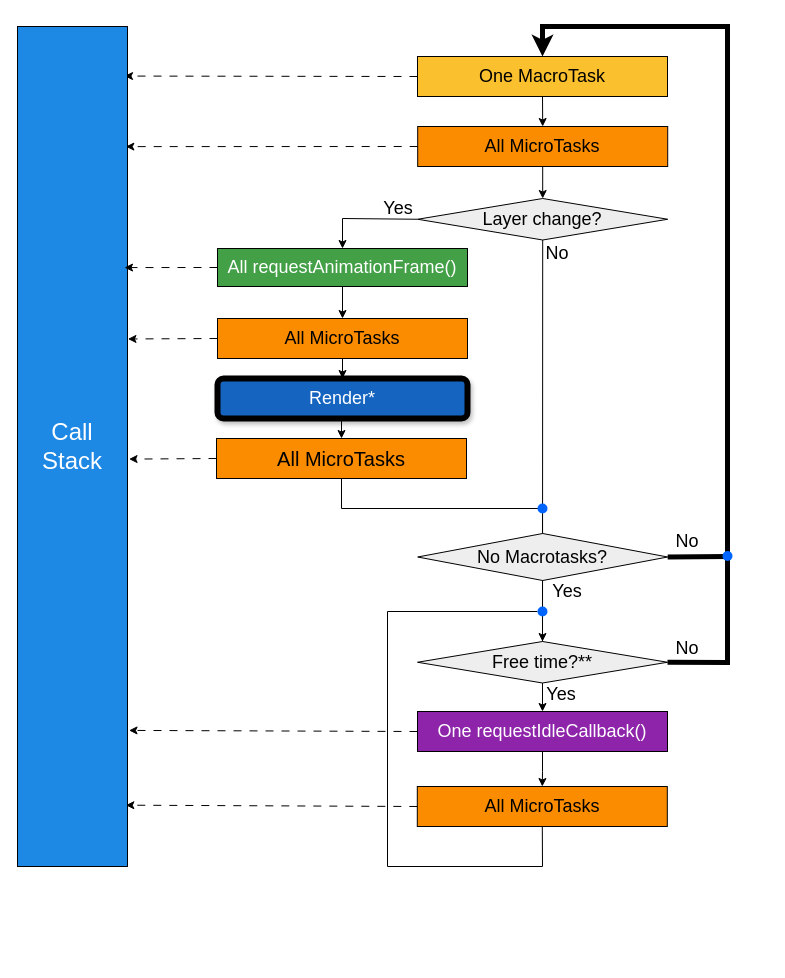
Before: EventLoop.drawio in alexindima/JavaScript_Event_Loop, a draw.io diagram. Source tidied: cells renumbered, new cells numbered last; positions are measured from the earlier drawing's top-left corner, leaving out a move shared by most shapes. Both pictures are drawn from the tidied source at 100%, with x=0, y=0 at pixel (17, 26).
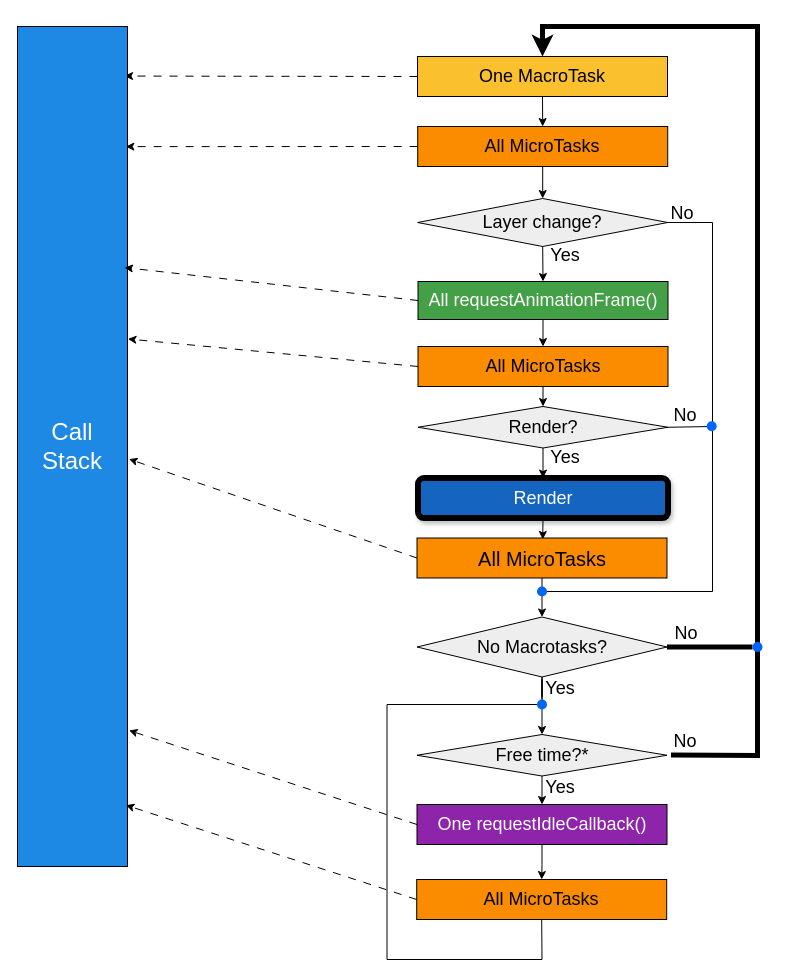
The same diagram, later.

Commit message (it also covers changes not shown here):
Rename files and update event loop diagram layout

The change refers to these unchanged cells:
```xml
<mxCell id="3" value="&lt;font style=&quot;font-size: 18px;&quot;&gt;One MacroTask&lt;/font&gt;" style="rounded=0;whiteSpace=wrap;html=1;fillColor=#FBC02D;" parent="1" vertex="1">
  <mxGeometry x="400" y="30" width="250" height="40" as="geometry" />
</mxCell>
```

Change to the diagram source:
```diff
@@
+    <mxCell id="44" style="endArrow=classic;html=1;rounded=0;exitX=0.5;exitY=1;exitDx=0;exitDy=0;entryX=0.5;entryY=0;entryDx=0;entryDy=0;" parent="1" edge="1" source="38" target="17">
+      <mxGeometry relative="1" as="geometry" />
+    </mxCell>
+    <mxCell id="45" style="endArrow=classic;html=1;rounded=0;exitX=0.5;exitY=1;exitDx=0;exitDy=0;entryX=0.5;entryY=0;entryDx=0;entryDy=0;" parent="1" edge="1" source="32" target="38">
+      <mxGeometry relative="1" as="geometry" />
+    </mxCell>
@@
+    <mxCell id="36" style="shape=ellipse;fillColor=#0065FF;strokeColor=none;html=1;sketch=0;" parent="1" vertex="1">
+      <mxGeometry x="519.5" y="560" width="10" height="10" as="geometry" />
+    </mxCell>
@@
     <mxCell id="5" value="&lt;font style=&quot;font-size: 18px;&quot;&gt;All MicroTasks&lt;/font&gt;" style="rounded=0;whiteSpace=wrap;html=1;fillColor=#FB8C00;" parent="1" vertex="1">
-      <mxGeometry x="399.8" y="760" width="250" height="40" as="geometry" />
+      <mxGeometry x="399.2" y="853" width="250" height="40" as="geometry" />
     </mxCell>
@@
     <mxCell id="10" value="&lt;font style=&quot;font-size: 18px;&quot;&gt;Layer&lt;span style=&quot;&quot;&gt; &lt;/span&gt;&lt;span style=&quot;&quot; class=&quot;EzKURWReUAB5oZgtQNkl&quot;&gt;change&lt;/span&gt;&lt;span style=&quot;&quot; class=&quot;EzKURWReUAB5oZgtQNkl&quot;&gt;?&lt;/span&gt;&lt;/font&gt;" style="rhombus;whiteSpace=wrap;html=1;fillColor=#EEEEEE;" parent="1" vertex="1">
-      <mxGeometry x="400.2" y="172" width="250" height="41.5" as="geometry" />
+      <mxGeometry x="400.2" y="172" width="250" height="48" as="geometry" />
     </mxCell>
@@
     <mxCell id="12" value="&lt;font style=&quot;font-size: 18px; color: rgb(255, 255, 255);&quot;&gt;All requestAnimationFrame()&lt;/font&gt;" style="rounded=0;whiteSpace=wrap;html=1;fillColor=#43A047;" parent="1" vertex="1">
-      <mxGeometry x="200" y="222" width="250" height="38" as="geometry" />
+      <mxGeometry x="400.5" y="255" width="250" height="38" as="geometry" />
     </mxCell>
-    <mxCell id="13" style="endArrow=classic;html=1;rounded=0;entryX=0.5;entryY=0;entryDx=0;entryDy=0;exitX=0;exitY=0.5;exitDx=0;exitDy=0;" parent="1" edge="1" source="10" target="12">
-      <mxGeometry relative="1" as="geometry">
-        <Array as="points">
-          <mxPoint x="325" y="192" />
-        </Array>
-      </mxGeometry>
+    <mxCell id="13" style="endArrow=classic;html=1;rounded=0;entryX=0.5;entryY=0;entryDx=0;entryDy=0;exitX=0.5;exitY=1;exitDx=0;exitDy=0;" parent="1" edge="1" source="10" target="12">
+      <mxGeometry relative="1" as="geometry" />
     </mxCell>
     <mxCell id="14" value="&lt;font style=&quot;font-size: 18px;&quot;&gt;Yes&lt;/font&gt;" style="text;html=1;align=center;verticalAlign=middle;whiteSpace=wrap;rounded=0;" parent="1" vertex="1">
-      <mxGeometry x="351" y="167" width="60" height="30" as="geometry" />
+      <mxGeometry x="517.5" y="213.6" width="60" height="30" as="geometry" />
     </mxCell>
-    <mxCell id="15" style="edgeStyle=orthogonalEdgeStyle;rounded=0;jettySize=auto;html=1;exitX=0.5;exitY=1;exitDx=0;exitDy=0;entryX=0.5;entryY=0;entryDx=0;entryDy=0;" parent="1" edge="1" source="16" target="25">
-      <mxGeometry relative="1" as="geometry" />
-    </mxCell>
     <mxCell id="16" value="&lt;font style=&quot;font-size: 18px;&quot;&gt;All MicroTasks&lt;/font&gt;" style="rounded=0;whiteSpace=wrap;html=1;fillColor=#FB8C00;" parent="1" vertex="1">
-      <mxGeometry x="200" y="292" width="250" height="40" as="geometry" />
+      <mxGeometry x="400.5" y="320" width="250" height="40" as="geometry" />
     </mxCell>
-    <mxCell id="17" value="&lt;font style=&quot;font-size: 18px;&quot;&gt;Free time?**&lt;/font&gt;" style="rhombus;whiteSpace=wrap;html=1;fillColor=#EEEEEE;" parent="1" vertex="1">
-      <mxGeometry x="400" y="615" width="250" height="41.5" as="geometry" />
+    <mxCell id="17" value="&lt;font style=&quot;font-size: 18px;&quot;&gt;Free time?*&lt;/font&gt;" style="rhombus;whiteSpace=wrap;html=1;fillColor=#EEEEEE;" parent="1" vertex="1">
+      <mxGeometry x="399.5" y="708" width="250" height="41.5" as="geometry" />
     </mxCell>
@@
-    <mxCell id="20" style="endArrow=classic;html=1;rounded=0;exitX=0.5;exitY=1;exitDx=0;exitDy=0;entryX=0.5;entryY=0;entryDx=0;entryDy=0;" parent="1" edge="1" source="32" target="17">
-      <mxGeometry relative="1" as="geometry">
-        <Array as="points">
-          <mxPoint x="324" y="482" />
-          <mxPoint x="525" y="482" />
-        </Array>
-      </mxGeometry>
-    </mxCell>
-    <mxCell id="21" style="endArrow=none;html=1;rounded=0;exitX=0.5;exitY=0;exitDx=0;exitDy=0;entryX=0.5;entryY=1;entryDx=0;entryDy=0;" parent="1" edge="1" source="17" target="10">
-      <mxGeometry relative="1" as="geometry" />
-    </mxCell>
@@
     <mxCell id="23" value="&lt;font style=&quot;font-size: 18px; color: rgb(255, 255, 255);&quot;&gt;One requestIdleCallback()&lt;/font&gt;" style="rounded=0;whiteSpace=wrap;html=1;fillColor=#8E24AA;" parent="1" vertex="1">
-      <mxGeometry x="400" y="685" width="250" height="40" as="geometry" />
+      <mxGeometry x="399.5" y="778" width="250" height="40" as="geometry" />
     </mxCell>
-    <mxCell id="24" style="edgeStyle=orthogonalEdgeStyle;rounded=0;jettySize=auto;html=1;exitX=0.5;exitY=1;exitDx=0;exitDy=0;entryX=0.5;entryY=0;entryDx=0;entryDy=0;" parent="1" edge="1" source="25" target="32">
+    <mxCell id="24" style="edgeStyle=orthogonalEdgeStyle;rounded=0;jettySize=auto;html=1;exitX=0.5;exitY=1;exitDx=0;exitDy=0;entryX=0.503;entryY=0.037;entryDx=0;entryDy=0;entryPerimeter=0;" parent="1" edge="1" source="25" target="32">
       <mxGeometry relative="1" as="geometry" />
     </mxCell>
-    <mxCell id="25" value="&lt;font style=&quot;font-size: 18px; color: rgb(255, 255, 255);&quot;&gt;Render*&lt;/font&gt;" style="rounded=1;whiteSpace=wrap;html=1;fillColor=#1565C0;strokeColor=#000000;shadow=1;glass=0;strokeWidth=6;" parent="1" vertex="1">
-      <mxGeometry x="200" y="352" width="250" height="40" as="geometry" />
+    <mxCell id="25" value="&lt;font style=&quot;font-size: 18px; color: rgb(255, 255, 255);&quot;&gt;Render&lt;/font&gt;" style="rounded=1;whiteSpace=wrap;html=1;fillColor=#1565C0;strokeColor=#000000;shadow=1;glass=0;strokeWidth=6;" parent="1" vertex="1">
+      <mxGeometry x="400.5" y="451.6" width="250" height="40" as="geometry" />
     </mxCell>
     <mxCell id="26" value="&lt;font style=&quot;font-size: 18px;&quot;&gt;No&lt;/font&gt;" style="text;html=1;align=center;verticalAlign=middle;whiteSpace=wrap;rounded=0;" parent="1" vertex="1">
-      <mxGeometry x="510" y="211.5" width="60" height="30" as="geometry" />
+      <mxGeometry x="635" y="172" width="60" height="30" as="geometry" />
     </mxCell>
@@
-    <mxCell id="30" style="endArrow=classic;html=1;rounded=0;exitX=1;exitY=0.5;exitDx=0;exitDy=0;entryX=0.5;entryY=0;entryDx=0;entryDy=0;strokeWidth=5;" parent="1" edge="1" source="17" target="3">
+    <mxCell id="30" style="endArrow=classic;html=1;rounded=0;exitX=1.016;exitY=0.495;exitDx=0;exitDy=0;entryX=0.5;entryY=0;entryDx=0;entryDy=0;strokeWidth=5;exitPerimeter=0;" parent="1" edge="1" source="17" target="3">
       <mxGeometry relative="1" as="geometry">
         <Array as="points">
-          <mxPoint x="710" y="636" />
-          <mxPoint x="710" />
+          <mxPoint x="740" y="729" />
+          <mxPoint x="740" y="636" />
+          <mxPoint x="740" />
           <mxPoint x="525" />
         </Array>
       </mxGeometry>
     </mxCell>
     <mxCell id="31" value="&lt;font style=&quot;font-size: 18px;&quot;&gt;Yes&lt;/font&gt;" style="text;html=1;align=center;verticalAlign=middle;whiteSpace=wrap;rounded=0;" parent="1" vertex="1">
-      <mxGeometry x="513.5" y="653" width="60" height="30" as="geometry" />
+      <mxGeometry x="513" y="746" width="60" height="30" as="geometry" />
     </mxCell>
     <mxCell id="32" value="&lt;font style=&quot;font-size: 20px;&quot;&gt;All MicroTasks&lt;/font&gt;" style="rounded=0;whiteSpace=wrap;html=1;fillColor=#FB8C00;glass=0;gradientColor=none;" parent="1" vertex="1">
-      <mxGeometry x="199" y="412" width="250" height="40" as="geometry" />
+      <mxGeometry x="399.5" y="511.5" width="250" height="40" as="geometry" />
     </mxCell>
@@
     <mxCell id="34" style="endArrow=none;html=1;rounded=0;entryX=0.5;entryY=1;entryDx=0;entryDy=0;" parent="1" edge="1" source="35" target="5">
       <mxGeometry relative="1" as="geometry">
         <Array as="points">
-          <mxPoint x="370" y="585" />
-          <mxPoint x="370" y="840" />
-          <mxPoint x="525" y="840" />
+          <mxPoint x="369.5" y="678" />
+          <mxPoint x="369.5" y="933" />
+          <mxPoint x="524.5" y="933" />
         </Array>
       </mxGeometry>
     </mxCell>
+    <mxCell id="46" style="edgeStyle=orthogonalEdgeStyle;rounded=0;jettySize=auto;html=1;endArrow=none;startFill=0;" parent="1" edge="1" source="35" target="38">
+      <mxGeometry relative="1" as="geometry" />
+    </mxCell>
     <mxCell id="35" style="shape=ellipse;fillColor=#0065FF;strokeColor=none;html=1;sketch=0;" parent="1" vertex="1">
-      <mxGeometry x="520" y="580" width="10" height="10" as="geometry" />
+      <mxGeometry x="519.5" y="673" width="10" height="10" as="geometry" />
     </mxCell>
-    <mxCell id="36" style="shape=ellipse;fillColor=#0065FF;strokeColor=none;html=1;sketch=0;" parent="1" vertex="1">
-      <mxGeometry x="520" y="477" width="10" height="10" as="geometry" />
-    </mxCell>
     <mxCell id="37" value="&lt;font style=&quot;font-size: 18px;&quot;&gt;No&lt;/font&gt;" style="text;html=1;align=center;verticalAlign=middle;whiteSpace=wrap;rounded=0;" parent="1" vertex="1">
-      <mxGeometry x="640" y="607" width="60" height="30" as="geometry" />
+      <mxGeometry x="638.2" y="700" width="60" height="30" as="geometry" />
     </mxCell>
     <mxCell id="38" value="&lt;font style=&quot;color: rgb(0, 0, 0);&quot;&gt;&lt;span style=&quot;font-size: 18px;&quot;&gt;&lt;font style=&quot;color: rgb(0, 0, 0);&quot;&gt;No Macrotasks?&lt;/font&gt;&lt;/span&gt;&lt;/font&gt;" style="rhombus;whiteSpace=wrap;html=1;fillColor=#EEEEEE;" parent="1" vertex="1">
-      <mxGeometry x="400.2" y="507" width="250" height="47" as="geometry" />
+      <mxGeometry x="399.5" y="590.5" width="250" height="60" as="geometry" />
     </mxCell>
     <mxCell id="39" value="&lt;font style=&quot;font-size: 18px;&quot;&gt;Yes&lt;/font&gt;" style="text;html=1;align=center;verticalAlign=middle;whiteSpace=wrap;rounded=0;" parent="1" vertex="1">
-      <mxGeometry x="520" y="550" width="60" height="30" as="geometry" />
+      <mxGeometry x="513" y="646.5" width="60" height="30" as="geometry" />
     </mxCell>
     <mxCell id="40" style="endArrow=none;html=1;rounded=0;exitX=1;exitY=0.5;exitDx=0;exitDy=0;strokeWidth=5;" parent="1" edge="1">
       <mxGeometry relative="1" as="geometry">
-        <mxPoint x="710" y="526.5" as="sourcePoint" />
-        <mxPoint x="710" y="527" as="targetPoint" />
+        <mxPoint x="709.5" y="619.5" as="sourcePoint" />
+        <mxPoint x="709.5" y="620" as="targetPoint" />
       </mxGeometry>
     </mxCell>
-    <mxCell id="41" style="endArrow=none;html=1;rounded=0;exitX=1;exitY=0.5;exitDx=0;exitDy=0;strokeWidth=5;" parent="1" edge="1" source="38">
+    <mxCell id="41" style="endArrow=none;html=1;rounded=0;exitX=1;exitY=0.5;exitDx=0;exitDy=0;strokeWidth=5;" parent="1" edge="1" source="43">
       <mxGeometry relative="1" as="geometry">
-        <mxPoint x="710.1" y="530" as="targetPoint" />
+        <mxPoint x="745" y="620" as="targetPoint" />
       </mxGeometry>
     </mxCell>
     <mxCell id="42" value="&lt;font style=&quot;font-size: 18px;&quot;&gt;No&lt;/font&gt;" style="text;html=1;align=center;verticalAlign=middle;whiteSpace=wrap;rounded=0;" parent="1" vertex="1">
-      <mxGeometry x="640" y="500" width="60" height="30" as="geometry" />
+      <mxGeometry x="639.5" y="593" width="57.5" height="27" as="geometry" />
     </mxCell>
+    <mxCell id="47" value="&lt;font style=&quot;font-size: 18px;&quot;&gt;&lt;span style=&quot;&quot; class=&quot;EzKURWReUAB5oZgtQNkl&quot;&gt;Render?&lt;/span&gt;&lt;/font&gt;" style="rhombus;whiteSpace=wrap;html=1;fillColor=#EEEEEE;" parent="1" vertex="1">
+      <mxGeometry x="400.5" y="380" width="250" height="41.5" as="geometry" />
+    </mxCell>
+    <mxCell id="48" style="endArrow=none;html=1;rounded=0;exitX=1;exitY=0.5;exitDx=0;exitDy=0;strokeWidth=5;" parent="1" edge="1" source="38" target="43">
+      <mxGeometry relative="1" as="geometry" />
+    </mxCell>
     <mxCell id="43" style="shape=ellipse;fillColor=#0065FF;strokeColor=none;html=1;sketch=0;" parent="1" vertex="1">
-      <mxGeometry x="705" y="524.5" width="10" height="10" as="geometry" />
+      <mxGeometry x="735" y="615.5" width="10" height="10" as="geometry" />
     </mxCell>
+    <mxCell id="49" value="&lt;font style=&quot;font-size: 18px;&quot;&gt;Yes&lt;/font&gt;" style="text;html=1;align=center;verticalAlign=middle;whiteSpace=wrap;rounded=0;" parent="1" vertex="1">
+      <mxGeometry x="517.5" y="416" width="60" height="30" as="geometry" />
+    </mxCell>
+    <mxCell id="50" value="&lt;font style=&quot;font-size: 18px;&quot;&gt;No&lt;/font&gt;" style="text;html=1;align=center;verticalAlign=middle;whiteSpace=wrap;rounded=0;" parent="1" vertex="1">
+      <mxGeometry x="638.8" y="375" width="57.5" height="27" as="geometry" />
+    </mxCell>
+    <mxCell id="51" style="endArrow=none;html=1;rounded=0;entryX=1;entryY=0.5;entryDx=0;entryDy=0;exitX=1;exitY=0.5;exitDx=0;exitDy=0;" parent="1" edge="1" source="36" target="47">
+      <mxGeometry relative="1" as="geometry">
+        <Array as="points">
+          <mxPoint x="695" y="565" />
+          <mxPoint x="695" y="400" />
+        </Array>
+      </mxGeometry>
+    </mxCell>
+    <mxCell id="52" style="endArrow=none;html=1;rounded=0;exitX=1;exitY=0.5;exitDx=0;exitDy=0;" parent="1" edge="1" source="10">
+      <mxGeometry relative="1" as="geometry">
+        <mxPoint x="695" y="400" as="targetPoint" />
+        <Array as="points">
+          <mxPoint x="695" y="196" />
+        </Array>
+      </mxGeometry>
+    </mxCell>
+    <mxCell id="53" style="shape=ellipse;fillColor=#0065FF;strokeColor=none;html=1;sketch=0;" parent="1" vertex="1">
+      <mxGeometry x="689.2" y="394.8" width="10" height="10" as="geometry" />
+    </mxCell>
+    <mxCell id="54" style="endArrow=classic;html=1;rounded=0;exitX=0.5;exitY=1;exitDx=0;exitDy=0;entryX=0.5;entryY=0;entryDx=0;entryDy=0;" parent="1" edge="1" source="16" target="47">
+      <mxGeometry relative="1" as="geometry" />
+    </mxCell>
+    <mxCell id="55" style="endArrow=classic;html=1;rounded=0;exitX=0.5;exitY=1;exitDx=0;exitDy=0;entryX=0.5;entryY=0;entryDx=0;entryDy=0;" parent="1" edge="1" source="47" target="25">
+      <mxGeometry relative="1" as="geometry" />
+    </mxCell>
```
